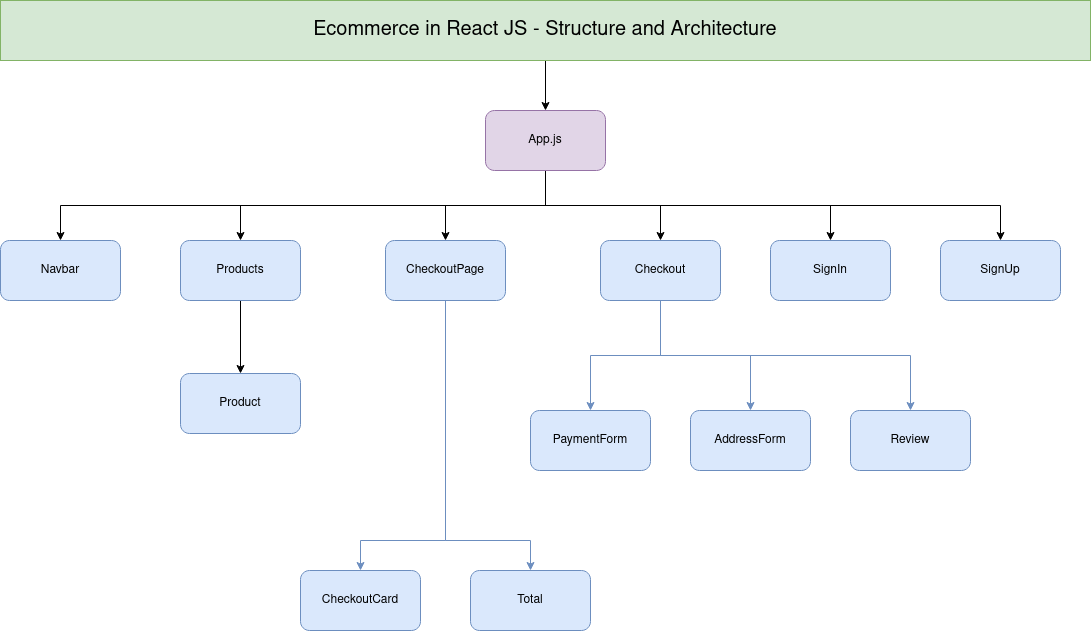
Above: ecomm_architecture.png in jpromanonet/reactEcommerce (draw.io), before the change. Source tidied: cells renumbered, new cells last; positions are measured from the earlier drawing's top-left corner, leaving out a move shared by most shapes. Source of this version:
```xml
<mxGraphModel background="#ffffff">
  <root>
    <mxCell id="0" />
    <mxCell id="1" parent="0" />
    <mxCell id="2" style="edgeStyle=orthogonalEdgeStyle;rounded=0;jettySize=auto;html=1;entryX=0.5;entryY=0;entryDx=0;entryDy=0;" parent="1" edge="1" source="3" target="10">
      <mxGeometry relative="1" as="geometry" />
    </mxCell>
    <mxCell id="3" value="&lt;font style=&quot;font-size: 20px&quot;&gt;Ecommerce in React JS - Structure and Architecture &lt;/font&gt;" style="rounded=0;whiteSpace=wrap;html=1;fillColor=#d5e8d4;strokeColor=#82b366;" parent="1" vertex="1">
      <mxGeometry width="1090" height="60" as="geometry" />
    </mxCell>
    <mxCell id="4" style="edgeStyle=orthogonalEdgeStyle;rounded=0;jettySize=auto;html=1;exitX=0.5;exitY=1;exitDx=0;exitDy=0;" parent="1" edge="1" source="10" target="28">
      <mxGeometry relative="1" as="geometry" />
    </mxCell>
    <mxCell id="5" style="edgeStyle=orthogonalEdgeStyle;rounded=0;jettySize=auto;html=1;entryX=0.5;entryY=0;entryDx=0;entryDy=0;" parent="1" edge="1" source="10" target="25">
      <mxGeometry relative="1" as="geometry" />
    </mxCell>
    <mxCell id="6" style="edgeStyle=orthogonalEdgeStyle;rounded=0;jettySize=auto;html=1;exitX=0.5;exitY=1;exitDx=0;exitDy=0;entryX=0.5;entryY=0;entryDx=0;entryDy=0;" parent="1" edge="1" source="10" target="22">
      <mxGeometry relative="1" as="geometry" />
    </mxCell>
    <mxCell id="7" style="edgeStyle=orthogonalEdgeStyle;rounded=0;jettySize=auto;html=1;exitX=0.5;exitY=1;exitDx=0;exitDy=0;entryX=0.5;entryY=0;entryDx=0;entryDy=0;" parent="1" edge="1" source="10" target="18">
      <mxGeometry relative="1" as="geometry" />
    </mxCell>
    <mxCell id="8" style="edgeStyle=orthogonalEdgeStyle;rounded=0;jettySize=auto;html=1;exitX=0.5;exitY=1;exitDx=0;exitDy=0;" parent="1" edge="1" source="10" target="17">
      <mxGeometry relative="1" as="geometry" />
    </mxCell>
    <mxCell id="9" style="edgeStyle=orthogonalEdgeStyle;rounded=0;jettySize=auto;html=1;exitX=0.5;exitY=1;exitDx=0;exitDy=0;" parent="1" edge="1" source="10" target="27">
      <mxGeometry relative="1" as="geometry" />
    </mxCell>
    <mxCell id="10" value="App.js" style="rounded=1;whiteSpace=wrap;html=1;fillColor=#e1d5e7;strokeColor=#9673a6;" parent="1" vertex="1">
      <mxGeometry x="485" y="110" width="120" height="60" as="geometry" />
    </mxCell>
    <mxCell id="11" value="Review" style="rounded=1;whiteSpace=wrap;html=1;fillColor=#dae8fc;strokeColor=#6c8ebf;" parent="1" vertex="1">
      <mxGeometry x="850" y="410" width="120" height="60" as="geometry" />
    </mxCell>
    <mxCell id="12" value="AddressForm" style="rounded=1;whiteSpace=wrap;html=1;fillColor=#dae8fc;strokeColor=#6c8ebf;" parent="1" vertex="1">
      <mxGeometry x="690" y="410" width="120" height="60" as="geometry" />
    </mxCell>
    <mxCell id="13" value="PaymentForm" style="rounded=1;whiteSpace=wrap;html=1;fillColor=#dae8fc;strokeColor=#6c8ebf;" parent="1" vertex="1">
      <mxGeometry x="530" y="410" width="120" height="60" as="geometry" />
    </mxCell>
    <mxCell id="14" value="Total" style="rounded=1;whiteSpace=wrap;html=1;fillColor=#dae8fc;strokeColor=#6c8ebf;" parent="1" vertex="1">
      <mxGeometry x="470" y="570" width="120" height="60" as="geometry" />
    </mxCell>
    <mxCell id="15" value="CheckoutCard" style="rounded=1;whiteSpace=wrap;html=1;fillColor=#dae8fc;strokeColor=#6c8ebf;" parent="1" vertex="1">
      <mxGeometry x="300" y="570" width="120" height="60" as="geometry" />
    </mxCell>
    <mxCell id="16" value="Product" style="rounded=1;whiteSpace=wrap;html=1;fillColor=#dae8fc;strokeColor=#6c8ebf;" parent="1" vertex="1">
      <mxGeometry x="180" y="373" width="120" height="60" as="geometry" />
    </mxCell>
    <mxCell id="17" value="SignUp" style="rounded=1;whiteSpace=wrap;html=1;fillColor=#dae8fc;strokeColor=#6c8ebf;" parent="1" vertex="1">
      <mxGeometry x="940" y="240" width="120" height="60" as="geometry" />
    </mxCell>
    <mxCell id="18" value="SignIn" style="rounded=1;whiteSpace=wrap;html=1;fillColor=#dae8fc;strokeColor=#6c8ebf;" parent="1" vertex="1">
      <mxGeometry x="770" y="240" width="120" height="60" as="geometry" />
    </mxCell>
    <mxCell id="19" style="edgeStyle=orthogonalEdgeStyle;rounded=0;jettySize=auto;html=1;entryX=0.5;entryY=0;entryDx=0;entryDy=0;fillColor=#dae8fc;strokeColor=#6c8ebf;" parent="1" edge="1" source="22" target="13">
      <mxGeometry relative="1" as="geometry" />
    </mxCell>
    <mxCell id="20" style="edgeStyle=orthogonalEdgeStyle;rounded=0;jettySize=auto;html=1;entryX=0.5;entryY=0;entryDx=0;entryDy=0;fillColor=#dae8fc;strokeColor=#6c8ebf;" parent="1" edge="1" source="22" target="12">
      <mxGeometry relative="1" as="geometry" />
    </mxCell>
    <mxCell id="21" style="edgeStyle=orthogonalEdgeStyle;rounded=0;jettySize=auto;html=1;exitX=0.5;exitY=1;exitDx=0;exitDy=0;fillColor=#dae8fc;strokeColor=#6c8ebf;" parent="1" edge="1" source="22" target="11">
      <mxGeometry relative="1" as="geometry" />
    </mxCell>
    <mxCell id="22" value="Checkout" style="rounded=1;whiteSpace=wrap;html=1;fillColor=#dae8fc;strokeColor=#6c8ebf;" parent="1" vertex="1">
      <mxGeometry x="600" y="240" width="120" height="60" as="geometry" />
    </mxCell>
    <mxCell id="23" style="edgeStyle=orthogonalEdgeStyle;rounded=0;jettySize=auto;html=1;fillColor=#dae8fc;strokeColor=#6c8ebf;" parent="1" edge="1" source="25">
      <mxGeometry relative="1" as="geometry">
        <mxPoint x="360" y="570" as="targetPoint" />
        <Array as="points">
          <mxPoint x="445" y="540" />
          <mxPoint x="360" y="540" />
        </Array>
      </mxGeometry>
    </mxCell>
    <mxCell id="24" style="edgeStyle=orthogonalEdgeStyle;rounded=0;jettySize=auto;html=1;fillColor=#dae8fc;strokeColor=#6c8ebf;" parent="1" edge="1" source="25" target="14">
      <mxGeometry relative="1" as="geometry">
        <Array as="points">
          <mxPoint x="445" y="540" />
          <mxPoint x="530" y="540" />
        </Array>
      </mxGeometry>
    </mxCell>
    <mxCell id="25" value="CheckoutPage" style="rounded=1;whiteSpace=wrap;html=1;fillColor=#dae8fc;strokeColor=#6c8ebf;" parent="1" vertex="1">
      <mxGeometry x="385" y="240" width="120" height="60" as="geometry" />
    </mxCell>
    <mxCell id="26" style="edgeStyle=orthogonalEdgeStyle;rounded=0;jettySize=auto;html=1;entryX=0.5;entryY=0;entryDx=0;entryDy=0;" parent="1" edge="1" source="27" target="16">
      <mxGeometry relative="1" as="geometry" />
    </mxCell>
    <mxCell id="27" value="Products" style="rounded=1;whiteSpace=wrap;html=1;fillColor=#dae8fc;strokeColor=#6c8ebf;" parent="1" vertex="1">
      <mxGeometry x="180" y="240" width="120" height="60" as="geometry" />
    </mxCell>
    <mxCell id="28" value="Navbar" style="rounded=1;whiteSpace=wrap;html=1;fillColor=#dae8fc;strokeColor=#6c8ebf;" parent="1" vertex="1">
      <mxGeometry y="240" width="120" height="60" as="geometry" />
    </mxCell>
  </root>
</mxGraphModel>
```
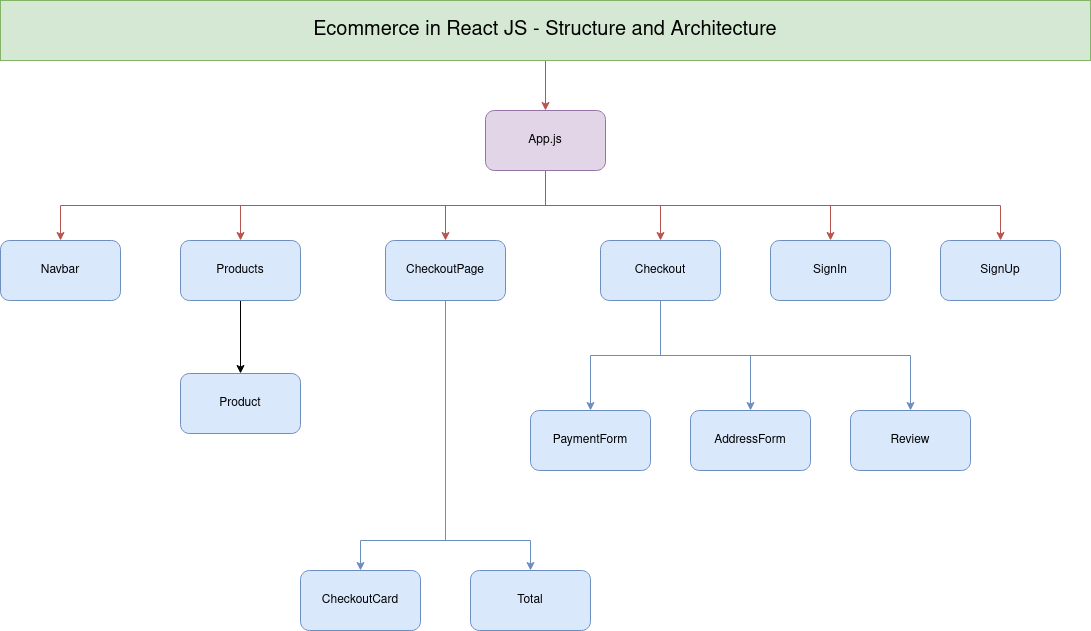
Above is the later version.

Change to the diagram source:
```diff
@@ -1,29 +1,29 @@
-<mxGraphModel background="#ffffff">
+<mxGraphModel background="#FFFFFF">
   <root>
     <mxCell id="0" />
     <mxCell id="1" parent="0" />
-    <mxCell id="2" style="edgeStyle=orthogonalEdgeStyle;rounded=0;jettySize=auto;html=1;entryX=0.5;entryY=0;entryDx=0;entryDy=0;" parent="1" edge="1" source="3" target="10">
+    <mxCell id="2" style="edgeStyle=orthogonalEdgeStyle;rounded=0;jettySize=auto;html=1;entryX=0.5;entryY=0;entryDx=0;entryDy=0;fillColor=#f8cecc;strokeColor=#B85450;" parent="1" edge="1" source="3" target="10">
       <mxGeometry relative="1" as="geometry" />
     </mxCell>
     <mxCell id="3" value="&lt;font style=&quot;font-size: 20px&quot;&gt;Ecommerce in React JS - Structure and Architecture &lt;/font&gt;" style="rounded=0;whiteSpace=wrap;html=1;fillColor=#d5e8d4;strokeColor=#82b366;" parent="1" vertex="1">
       <mxGeometry width="1090" height="60" as="geometry" />
     </mxCell>
-    <mxCell id="4" style="edgeStyle=orthogonalEdgeStyle;rounded=0;jettySize=auto;html=1;exitX=0.5;exitY=1;exitDx=0;exitDy=0;" parent="1" edge="1" source="10" target="28">
+    <mxCell id="4" style="edgeStyle=orthogonalEdgeStyle;rounded=0;jettySize=auto;html=1;exitX=0.5;exitY=1;exitDx=0;exitDy=0;fillColor=#f8cecc;strokeColor=#B85450;" parent="1" edge="1" source="10" target="28">
       <mxGeometry relative="1" as="geometry" />
     </mxCell>
-    <mxCell id="5" style="edgeStyle=orthogonalEdgeStyle;rounded=0;jettySize=auto;html=1;entryX=0.5;entryY=0;entryDx=0;entryDy=0;" parent="1" edge="1" source="10" target="25">
+    <mxCell id="5" style="edgeStyle=orthogonalEdgeStyle;rounded=0;jettySize=auto;html=1;entryX=0.5;entryY=0;entryDx=0;entryDy=0;fillColor=#f8cecc;strokeColor=#B85450;" parent="1" edge="1" source="10" target="25">
       <mxGeometry relative="1" as="geometry" />
     </mxCell>
-    <mxCell id="6" style="edgeStyle=orthogonalEdgeStyle;rounded=0;jettySize=auto;html=1;exitX=0.5;exitY=1;exitDx=0;exitDy=0;entryX=0.5;entryY=0;entryDx=0;entryDy=0;" parent="1" edge="1" source="10" target="22">
+    <mxCell id="6" style="edgeStyle=orthogonalEdgeStyle;rounded=0;jettySize=auto;html=1;exitX=0.5;exitY=1;exitDx=0;exitDy=0;entryX=0.5;entryY=0;entryDx=0;entryDy=0;fillColor=#f8cecc;strokeColor=#B85450;" parent="1" edge="1" source="10" target="22">
       <mxGeometry relative="1" as="geometry" />
     </mxCell>
-    <mxCell id="7" style="edgeStyle=orthogonalEdgeStyle;rounded=0;jettySize=auto;html=1;exitX=0.5;exitY=1;exitDx=0;exitDy=0;entryX=0.5;entryY=0;entryDx=0;entryDy=0;" parent="1" edge="1" source="10" target="18">
+    <mxCell id="7" style="edgeStyle=orthogonalEdgeStyle;rounded=0;jettySize=auto;html=1;exitX=0.5;exitY=1;exitDx=0;exitDy=0;entryX=0.5;entryY=0;entryDx=0;entryDy=0;fillColor=#f8cecc;strokeColor=#B85450;" parent="1" edge="1" source="10" target="18">
       <mxGeometry relative="1" as="geometry" />
     </mxCell>
-    <mxCell id="8" style="edgeStyle=orthogonalEdgeStyle;rounded=0;jettySize=auto;html=1;exitX=0.5;exitY=1;exitDx=0;exitDy=0;" parent="1" edge="1" source="10" target="17">
+    <mxCell id="8" style="edgeStyle=orthogonalEdgeStyle;rounded=0;jettySize=auto;html=1;exitX=0.5;exitY=1;exitDx=0;exitDy=0;fillColor=#f8cecc;strokeColor=#B85450;" parent="1" edge="1" source="10" target="17">
       <mxGeometry relative="1" as="geometry" />
     </mxCell>
-    <mxCell id="9" style="edgeStyle=orthogonalEdgeStyle;rounded=0;jettySize=auto;html=1;exitX=0.5;exitY=1;exitDx=0;exitDy=0;" parent="1" edge="1" source="10" target="27">
+    <mxCell id="9" style="edgeStyle=orthogonalEdgeStyle;rounded=0;jettySize=auto;html=1;exitX=0.5;exitY=1;exitDx=0;exitDy=0;fillColor=#f8cecc;strokeColor=#B85450;" parent="1" edge="1" source="10" target="27">
       <mxGeometry relative="1" as="geometry" />
     </mxCell>
     <mxCell id="10" value="App.js" style="rounded=1;whiteSpace=wrap;html=1;fillColor=#e1d5e7;strokeColor=#9673a6;" parent="1" vertex="1">
```
